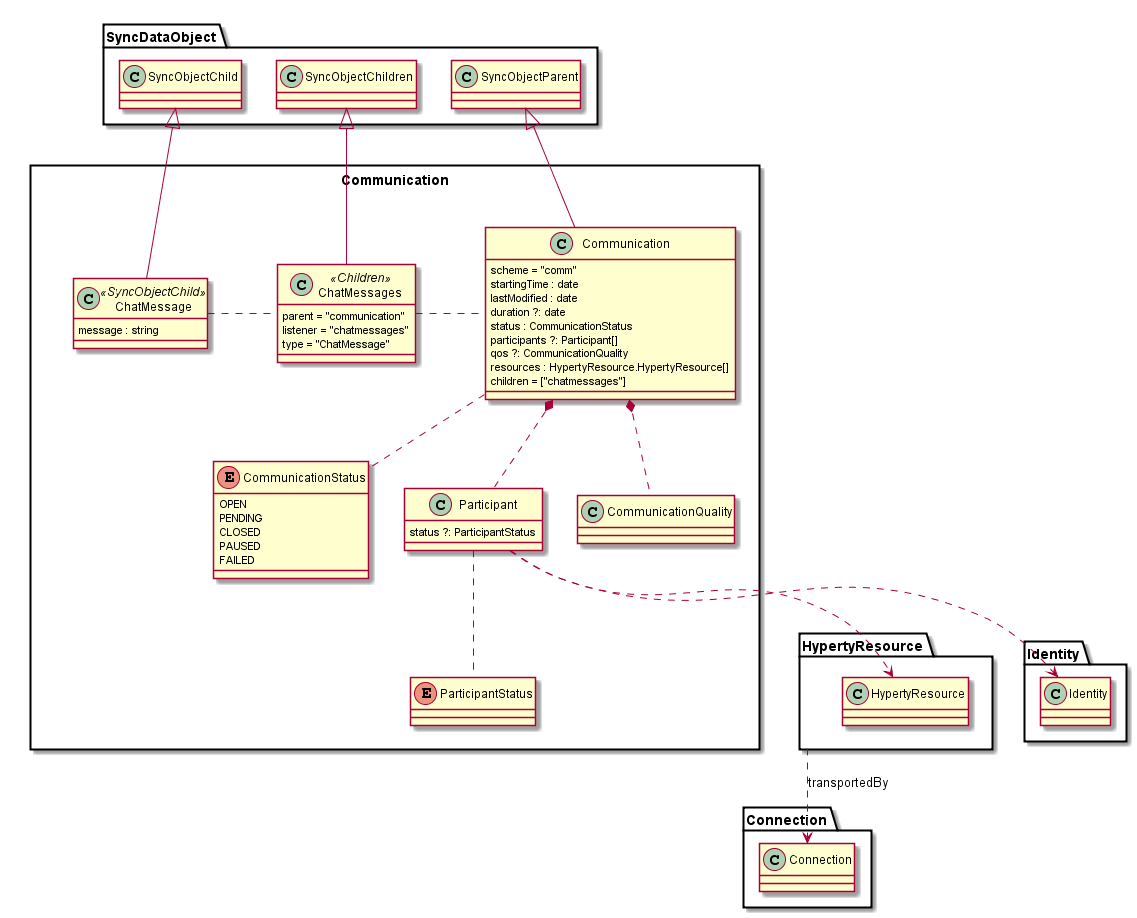
The PlantUML diagram docs/datamodel/data-objects/communication/Communication-Data-Object-Model.png in reTHINK-project/dev-service-framework, before a commit.
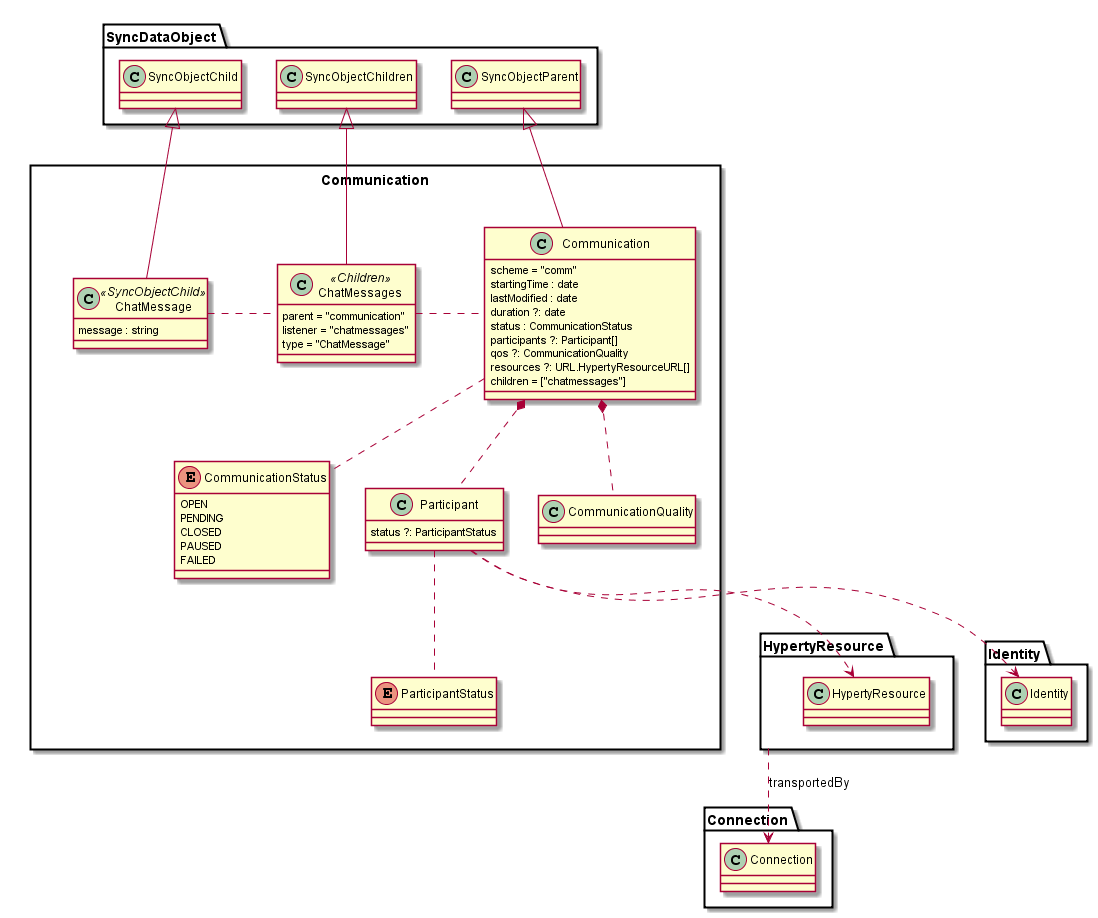
The same file after the commit.

Commit message:
Hyperty resource model documentation separated from communication data model

Change to the diagram source:
```diff
@@ -10,7 +10,7 @@
 		status : CommunicationStatus
 		participants ?: Participant[]
 		qos ?: CommunicationQuality
-		resources : HypertyResource.HypertyResource[]
+		resources ?: URL.HypertyResourceURL[]
 		children = ["chatmessages"]
 	}
 
```
